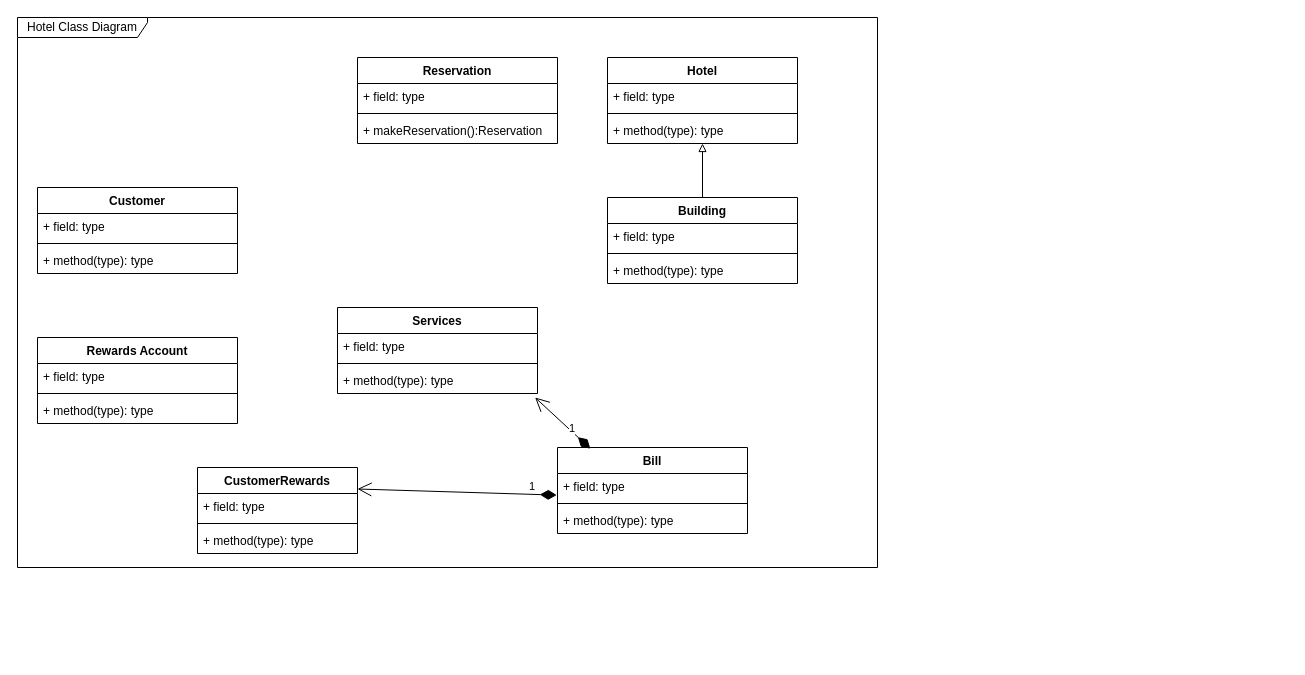
Earlier version of the draw.io diagram Assign2 Hotel Class Diagram.drawio (Darren-ODonnell/BusinessModellingDiagrams). Source tidied: cells renumbered, new cells numbered last; positions are measured from the earlier drawing's top-left corner, leaving out a move shared by most shapes. Both pictures are drawn from the tidied source at 100%, with x=0, y=0 at pixel (17, 17).
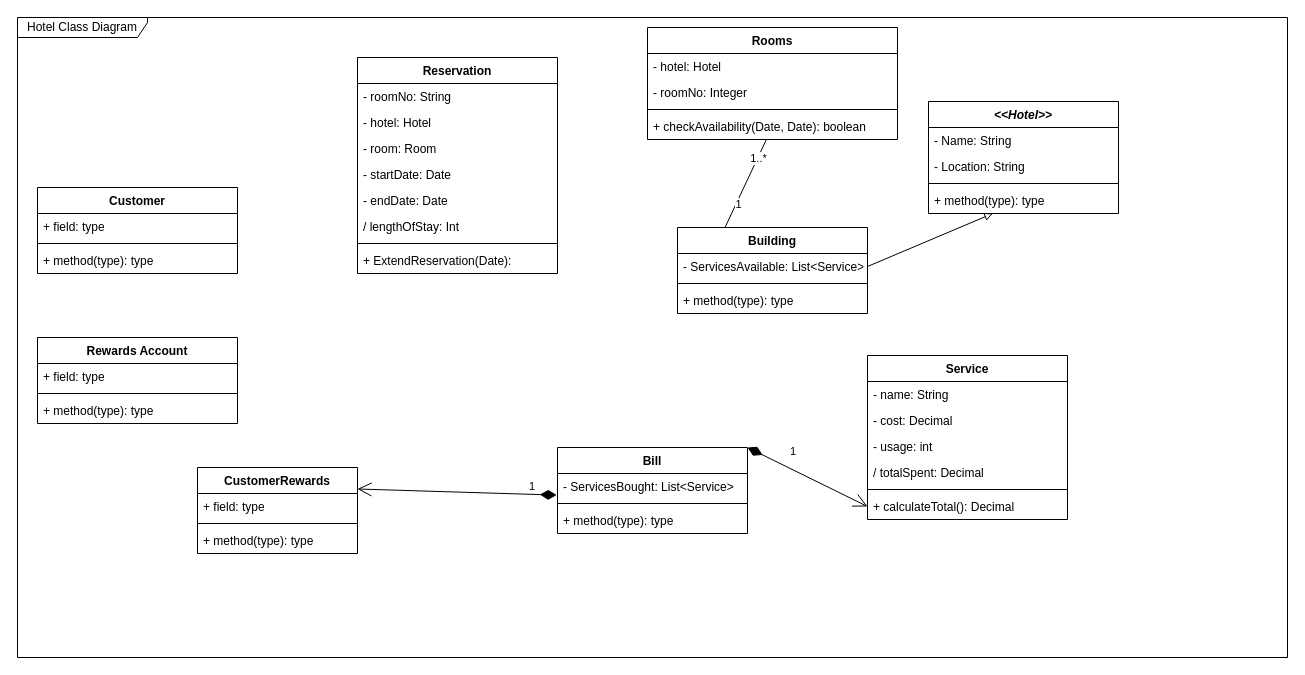
Above is the later version.

Unchanged cells that the change refers to:
```xml
<mxCell id="19" value="Bill" style="swimlane;fontStyle=1;align=center;verticalAlign=top;horizontal=1;startSize=26;" parent="1" vertex="1">
  <mxGeometry x="540" y="430" width="190" height="86" as="geometry" />
</mxCell>
```

Change to the diagram source:
```diff
@@
     <mxCell id="2" value="Hotel Class Diagram" style="shape=umlFrame;whiteSpace=wrap;html=1;width=130;height=20;" parent="1" vertex="1">
-      <mxGeometry width="860" height="550" as="geometry" />
+      <mxGeometry width="1270" height="640" as="geometry" />
     </mxCell>
@@
     <mxCell id="7" value="Reservation" style="swimlane;fontStyle=1;align=center;verticalAlign=top;horizontal=1;startSize=26;" parent="1" vertex="1">
-      <mxGeometry x="340" y="40" width="200" height="86" as="geometry" />
+      <mxGeometry x="340" y="40" width="200" height="216" as="geometry" />
     </mxCell>
-    <mxCell id="8" value="+ field: type" style="text;strokeColor=none;fillColor=none;align=left;verticalAlign=top;spacingLeft=4;spacingRight=4;overflow=hidden;" parent="7" vertex="1">
+    <mxCell id="8" value="- roomNo: String" style="text;strokeColor=none;fillColor=none;align=left;verticalAlign=top;spacingLeft=4;spacingRight=4;overflow=hidden;" parent="7" vertex="1">
       <mxGeometry y="26" width="200" height="26" as="geometry" />
     </mxCell>
+    <mxCell id="38" value="- hotel: Hotel" style="text;strokeColor=none;fillColor=none;align=left;verticalAlign=top;spacingLeft=4;spacingRight=4;overflow=hidden;" parent="7" vertex="1">
+      <mxGeometry y="52" width="200" height="26" as="geometry" />
+    </mxCell>
+    <mxCell id="39" value="- room: Room" style="text;strokeColor=none;fillColor=none;align=left;verticalAlign=top;spacingLeft=4;spacingRight=4;overflow=hidden;" parent="7" vertex="1">
+      <mxGeometry y="78" width="200" height="26" as="geometry" />
+    </mxCell>
+    <mxCell id="40" value="- startDate: Date" style="text;strokeColor=none;fillColor=none;align=left;verticalAlign=top;spacingLeft=4;spacingRight=4;overflow=hidden;" parent="7" vertex="1">
+      <mxGeometry y="104" width="200" height="26" as="geometry" />
+    </mxCell>
+    <mxCell id="41" value="- endDate: Date" style="text;strokeColor=none;fillColor=none;align=left;verticalAlign=top;spacingLeft=4;spacingRight=4;overflow=hidden;" parent="7" vertex="1">
+      <mxGeometry y="130" width="200" height="26" as="geometry" />
+    </mxCell>
+    <mxCell id="42" value="/ lengthOfStay: Int" style="text;strokeColor=none;fillColor=none;align=left;verticalAlign=top;spacingLeft=4;spacingRight=4;overflow=hidden;" parent="7" vertex="1">
+      <mxGeometry y="156" width="200" height="26" as="geometry" />
+    </mxCell>
     <mxCell id="9" style="line;strokeWidth=1;fillColor=none;align=left;verticalAlign=middle;spacingTop=-1;spacingLeft=3;spacingRight=3;labelPosition=right;" parent="7" vertex="1">
-      <mxGeometry y="52" width="200" height="8" as="geometry" />
+      <mxGeometry y="182" width="200" height="8" as="geometry" />
     </mxCell>
-    <mxCell id="10" value="+ makeReservation():Reservation" style="text;strokeColor=none;fillColor=none;align=left;verticalAlign=top;spacingLeft=4;spacingRight=4;overflow=hidden;" parent="7" vertex="1">
-      <mxGeometry y="60" width="200" height="26" as="geometry" />
+    <mxCell id="10" value="+ ExtendReservation(Date): " style="text;strokeColor=none;fillColor=none;align=left;verticalAlign=top;spacingLeft=4;spacingRight=4;overflow=hidden;" parent="7" vertex="1">
+      <mxGeometry y="190" width="200" height="26" as="geometry" />
     </mxCell>
+    <mxCell id="43" style="edgeStyle=none;rounded=0;jettySize=auto;html=1;exitX=0.25;exitY=0;exitDx=0;exitDy=0;endArrow=none;endFill=0;" parent="1" edge="1" source="34" target="54">
+      <mxGeometry relative="1" as="geometry" />
+    </mxCell>
+    <mxCell id="44" value="1" style="edgeLabel;html=1;align=center;verticalAlign=middle;" parent="43" vertex="1">
+      <mxGeometry x="-0.46" y="-2" relative="1" as="geometry">
+        <mxPoint y="-1" as="offset" />
+      </mxGeometry>
+    </mxCell>
+    <mxCell id="45" value="1..*" style="edgeLabel;html=1;align=center;verticalAlign=middle;" parent="43" vertex="1">
+      <mxGeometry x="0.59" relative="1" as="geometry" />
+    </mxCell>
-    <mxCell id="11" value="Hotel" style="swimlane;fontStyle=1;align=center;verticalAlign=top;horizontal=1;startSize=26;" parent="1" vertex="1">
-      <mxGeometry x="590" y="40" width="190" height="86" as="geometry" />
+    <mxCell id="11" value="&lt;&lt;Hotel&gt;&gt;" style="swimlane;fontStyle=3;align=center;verticalAlign=top;horizontal=1;startSize=26;" parent="1" vertex="1">
+      <mxGeometry x="911" y="84" width="190" height="112" as="geometry" />
     </mxCell>
+    <mxCell id="46" value="- Name: String" style="text;strokeColor=none;fillColor=none;align=left;verticalAlign=top;spacingLeft=4;spacingRight=4;overflow=hidden;" parent="11" vertex="1">
+      <mxGeometry y="26" width="190" height="26" as="geometry" />
+    </mxCell>
-    <mxCell id="12" value="+ field: type" style="text;strokeColor=none;fillColor=none;align=left;verticalAlign=top;spacingLeft=4;spacingRight=4;overflow=hidden;" parent="11" vertex="1">
-      <mxGeometry y="26" width="190" height="26" as="geometry" />
+    <mxCell id="12" value="- Location: String" style="text;strokeColor=none;fillColor=none;align=left;verticalAlign=top;spacingLeft=4;spacingRight=4;overflow=hidden;" parent="11" vertex="1">
+      <mxGeometry y="52" width="190" height="26" as="geometry" />
     </mxCell>
     <mxCell id="13" style="line;strokeWidth=1;fillColor=none;align=left;verticalAlign=middle;spacingTop=-1;spacingLeft=3;spacingRight=3;labelPosition=right;" parent="11" vertex="1">
-      <mxGeometry y="52" width="190" height="8" as="geometry" />
+      <mxGeometry y="78" width="190" height="8" as="geometry" />
     </mxCell>
     <mxCell id="14" value="+ method(type): type" style="text;strokeColor=none;fillColor=none;align=left;verticalAlign=top;spacingLeft=4;spacingRight=4;overflow=hidden;points=[[0,0.5],[1,0.5]];portConstraint=eastwest;" parent="11" vertex="1">
-      <mxGeometry y="60" width="190" height="26" as="geometry" />
+      <mxGeometry y="86" width="190" height="26" as="geometry" />
     </mxCell>
-    <mxCell id="15" value="Services" style="swimlane;fontStyle=1;align=center;verticalAlign=top;horizontal=1;startSize=26;" parent="1" vertex="1">
-      <mxGeometry x="320" y="290" width="200" height="86" as="geometry" />
+    <mxCell id="15" value="Service" style="swimlane;fontStyle=1;align=center;verticalAlign=top;horizontal=1;startSize=26;" parent="1" vertex="1">
+      <mxGeometry x="850" y="338" width="200" height="164" as="geometry" />
     </mxCell>
-    <mxCell id="16" value="+ field: type" style="text;strokeColor=none;fillColor=none;align=left;verticalAlign=top;spacingLeft=4;spacingRight=4;overflow=hidden;" parent="15" vertex="1">
+    <mxCell id="16" value="- name: String" style="text;strokeColor=none;fillColor=none;align=left;verticalAlign=top;spacingLeft=4;spacingRight=4;overflow=hidden;" parent="15" vertex="1">
       <mxGeometry y="26" width="200" height="26" as="geometry" />
     </mxCell>
+    <mxCell id="47" value="- cost: Decimal" style="text;strokeColor=none;fillColor=none;align=left;verticalAlign=top;spacingLeft=4;spacingRight=4;overflow=hidden;" parent="15" vertex="1">
+      <mxGeometry y="52" width="200" height="26" as="geometry" />
+    </mxCell>
+    <mxCell id="48" value="- usage: int" style="text;strokeColor=none;fillColor=none;align=left;verticalAlign=top;spacingLeft=4;spacingRight=4;overflow=hidden;" parent="15" vertex="1">
+      <mxGeometry y="78" width="200" height="26" as="geometry" />
+    </mxCell>
+    <mxCell id="49" value="/ totalSpent: Decimal" style="text;strokeColor=none;fillColor=none;align=left;verticalAlign=top;spacingLeft=4;spacingRight=4;overflow=hidden;" parent="15" vertex="1">
+      <mxGeometry y="104" width="200" height="26" as="geometry" />
+    </mxCell>
     <mxCell id="17" style="line;strokeWidth=1;fillColor=none;align=left;verticalAlign=middle;spacingTop=-1;spacingLeft=3;spacingRight=3;labelPosition=right;" parent="15" vertex="1">
-      <mxGeometry y="52" width="200" height="8" as="geometry" />
+      <mxGeometry y="130" width="200" height="8" as="geometry" />
     </mxCell>
-    <mxCell id="18" value="+ method(type): type" style="text;strokeColor=none;fillColor=none;align=left;verticalAlign=top;spacingLeft=4;spacingRight=4;overflow=hidden;points=[[0,0.5],[1,0.5]];portConstraint=eastwest;" parent="15" vertex="1">
-      <mxGeometry y="60" width="200" height="26" as="geometry" />
+    <mxCell id="18" value="+ calculateTotal(): Decimal" style="text;strokeColor=none;fillColor=none;align=left;verticalAlign=top;spacingLeft=4;spacingRight=4;overflow=hidden;points=[[0,0.5],[1,0.5]];portConstraint=eastwest;" parent="15" vertex="1">
+      <mxGeometry y="138" width="200" height="26" as="geometry" />
     </mxCell>
@@
-    <mxCell id="20" value="+ field: type" style="text;strokeColor=none;fillColor=none;align=left;verticalAlign=top;spacingLeft=4;spacingRight=4;overflow=hidden;points=[[0,0.5],[1,0.5]];portConstraint=eastwest;" parent="19" vertex="1">
+    <mxCell id="20" value="- ServicesBought: List&lt;Service&gt;" style="text;strokeColor=none;fillColor=none;align=left;verticalAlign=top;spacingLeft=4;spacingRight=4;overflow=hidden;points=[[0,0.5],[1,0.5]];portConstraint=eastwest;" parent="19" vertex="1">
       <mxGeometry y="26" width="190" height="26" as="geometry" />
     </mxCell>
@@
-    <mxCell id="32" value="1" style="endArrow=open;html=1;endSize=12;startArrow=diamondThin;startSize=14;startFill=1;align=left;verticalAlign=bottom;rounded=0;exitX=0.173;exitY=0.014;exitDx=0;exitDy=0;exitPerimeter=0;entryX=0.988;entryY=1.154;entryDx=0;entryDy=0;entryPerimeter=0;" parent="1" edge="1" source="19" target="18">
+    <mxCell id="32" value="1" style="endArrow=open;html=1;endSize=12;startArrow=diamondThin;startSize=14;startFill=1;align=left;verticalAlign=bottom;rounded=0;exitX=1;exitY=0;exitDx=0;exitDy=0;entryX=0;entryY=0.5;entryDx=0;entryDy=0;" parent="1" edge="1" source="19" target="18">
       <mxGeometry x="-0.35" y="7" relative="1" as="geometry">
         <mxPoint x="-1" as="offset" />
       </mxGeometry>
     </mxCell>
-    <mxCell id="33" style="rounded=0;jettySize=auto;html=1;exitX=0.5;exitY=0;exitDx=0;exitDy=0;endArrow=block;endFill=0;" parent="1" edge="1" source="34" target="14">
+    <mxCell id="33" style="rounded=0;jettySize=auto;html=1;exitX=1;exitY=0.5;exitDx=0;exitDy=0;endArrow=block;endFill=0;" parent="1" edge="1" source="35" target="14">
       <mxGeometry relative="1" as="geometry" />
     </mxCell>
     <mxCell id="34" value="Building" style="swimlane;fontStyle=1;align=center;verticalAlign=top;horizontal=1;startSize=26;" parent="1" vertex="1">
-      <mxGeometry x="590" y="180" width="190" height="86" as="geometry" />
+      <mxGeometry x="660" y="210" width="190" height="86" as="geometry" />
     </mxCell>
-    <mxCell id="35" value="+ field: type" style="text;strokeColor=none;fillColor=none;align=left;verticalAlign=top;spacingLeft=4;spacingRight=4;overflow=hidden;points=[[0,0.5],[1,0.5]];portConstraint=eastwest;" parent="34" vertex="1">
+    <mxCell id="35" value="- ServicesAvailable: List&lt;Service&gt;" style="text;strokeColor=none;fillColor=none;align=left;verticalAlign=top;spacingLeft=4;spacingRight=4;overflow=hidden;points=[[0,0.5],[1,0.5]];portConstraint=eastwest;" parent="34" vertex="1">
       <mxGeometry y="26" width="190" height="26" as="geometry" />
     </mxCell>
@@
+    <mxCell id="50" value="Rooms" style="swimlane;fontStyle=1;align=center;verticalAlign=top;horizontal=1;startSize=26;" parent="1" vertex="1">
+      <mxGeometry x="630" y="10" width="250" height="112" as="geometry" />
+    </mxCell>
+    <mxCell id="51" value="- hotel: Hotel" style="text;strokeColor=none;fillColor=none;align=left;verticalAlign=top;spacingLeft=4;spacingRight=4;overflow=hidden;" parent="50" vertex="1">
+      <mxGeometry y="26" width="250" height="26" as="geometry" />
+    </mxCell>
+    <mxCell id="52" value="- roomNo: Integer" style="text;strokeColor=none;fillColor=none;align=left;verticalAlign=top;spacingLeft=4;spacingRight=4;overflow=hidden;" parent="50" vertex="1">
+      <mxGeometry y="52" width="250" height="26" as="geometry" />
+    </mxCell>
+    <mxCell id="53" style="line;strokeWidth=1;fillColor=none;align=left;verticalAlign=middle;spacingTop=-1;spacingLeft=3;spacingRight=3;labelPosition=right;" parent="50" vertex="1">
+      <mxGeometry y="78" width="250" height="8" as="geometry" />
+    </mxCell>
+    <mxCell id="54" value="+ checkAvailability(Date, Date): boolean" style="text;strokeColor=none;fillColor=none;align=left;verticalAlign=top;spacingLeft=4;spacingRight=4;overflow=hidden;points=[[0,0.5],[1,0.5]];portConstraint=eastwest;" parent="50" vertex="1">
+      <mxGeometry y="86" width="250" height="26" as="geometry" />
+    </mxCell>
```
